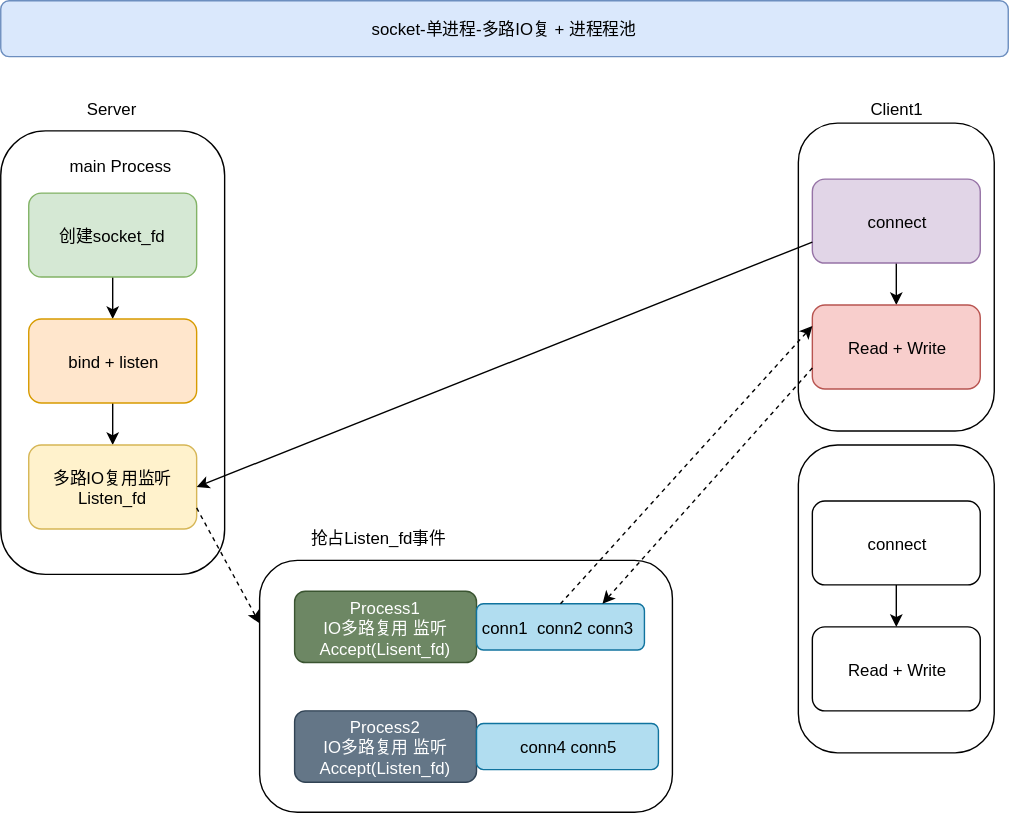
This is 12-面试/12-通用理论/images/socket-单线程IO多路 + 多进程池.svg from cd-home/Root, a draw.io export, as it was before one commit. Source tidied: cells renumbered, new cells last; positions are measured from the earlier drawing's top-left corner, leaving out a move shared by most shapes.
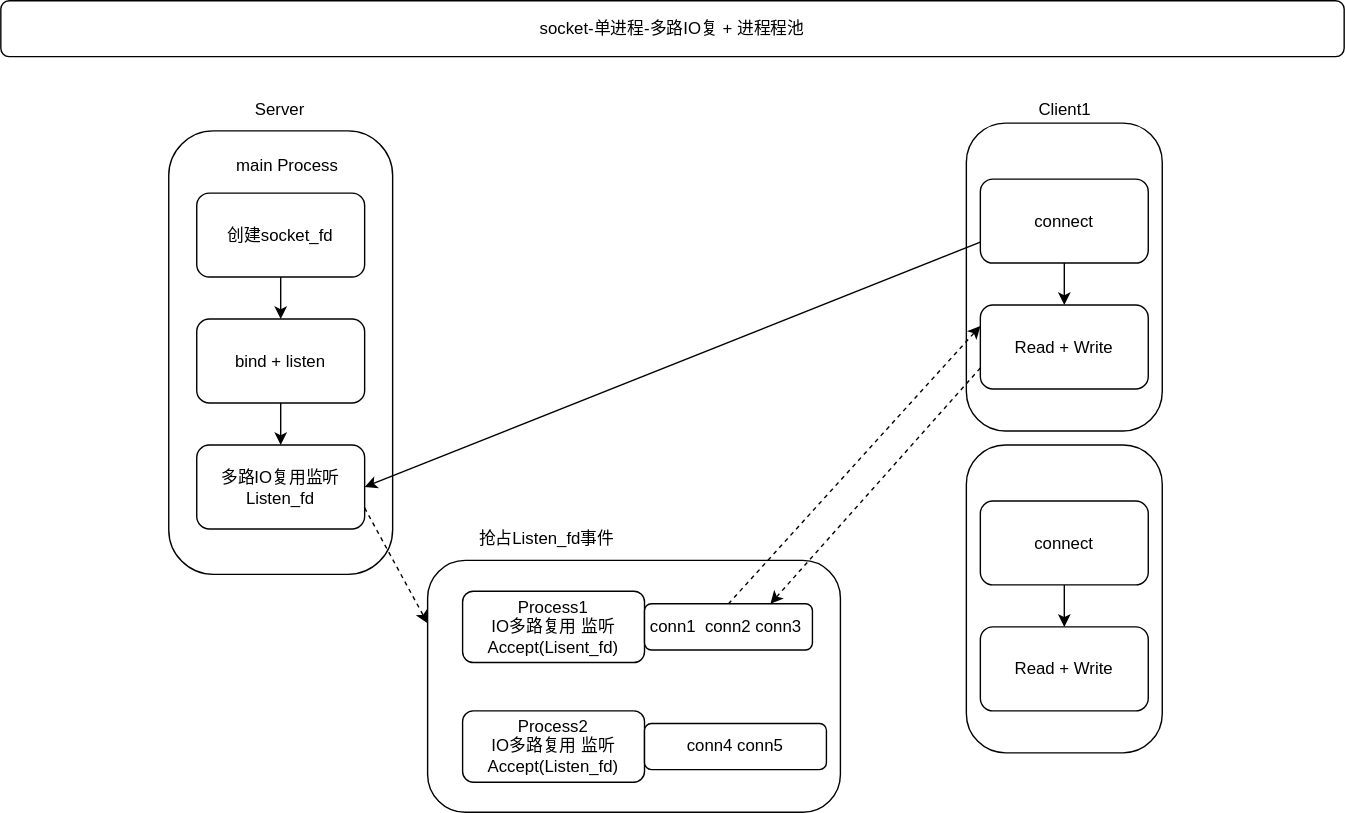
The same file after the commit.

Commit message:
😀🌴⭐🌎☀️🌈🌽: Socket Program

The edit, as a diff of the source:
```diff
@@ -2,8 +2,8 @@
   <root>
     <mxCell id="0" />
     <mxCell id="1" parent="0" />
-    <mxCell id="2" value="socket-单进程-多路IO复 + 进程程池" style="rounded=1;whiteSpace=wrap;html=1;fillColor=#dae8fc;strokeColor=#6c8ebf;" parent="1" vertex="1">
-      <mxGeometry width="720" height="40" as="geometry" />
+    <mxCell id="2" value="socket-单进程-多路IO复 + 进程程池" style="rounded=1;whiteSpace=wrap;html=1;" parent="1" vertex="1">
+      <mxGeometry x="-120" width="960" height="40" as="geometry" />
     </mxCell>
     <mxCell id="3" style="rounded=1;whiteSpace=wrap;html=1;arcSize=20;" parent="1" vertex="1">
       <mxGeometry y="93" width="160" height="317" as="geometry" />
@@ -11,16 +11,16 @@
     <mxCell id="4" style="edgeStyle=orthogonalEdgeStyle;rounded=0;jettySize=auto;html=1;" parent="1" edge="1" source="5" target="7">
       <mxGeometry relative="1" as="geometry" />
     </mxCell>
-    <mxCell id="5" value="创建socket_fd" style="rounded=1;whiteSpace=wrap;html=1;fillColor=#d5e8d4;strokeColor=#82b366;" parent="1" vertex="1">
+    <mxCell id="5" value="创建socket_fd" style="rounded=1;whiteSpace=wrap;html=1;" parent="1" vertex="1">
       <mxGeometry x="20" y="137.5" width="120" height="60" as="geometry" />
     </mxCell>
     <mxCell id="6" style="edgeStyle=orthogonalEdgeStyle;rounded=0;jettySize=auto;html=1;" parent="1" edge="1" source="7" target="8">
       <mxGeometry relative="1" as="geometry" />
     </mxCell>
-    <mxCell id="7" value="bind + listen" style="rounded=1;whiteSpace=wrap;html=1;fillColor=#ffe6cc;strokeColor=#d79b00;" parent="1" vertex="1">
+    <mxCell id="7" value="bind + listen" style="rounded=1;whiteSpace=wrap;html=1;" parent="1" vertex="1">
       <mxGeometry x="20" y="227.5" width="120" height="60" as="geometry" />
     </mxCell>
-    <mxCell id="8" value="多路IO复用监听 Listen_fd" style="rounded=1;whiteSpace=wrap;html=1;fillColor=#fff2cc;strokeColor=#d6b656;" parent="1" vertex="1">
+    <mxCell id="8" value="多路IO复用监听 Listen_fd" style="rounded=1;whiteSpace=wrap;html=1;" parent="1" vertex="1">
       <mxGeometry x="20" y="317.5" width="120" height="60" as="geometry" />
     </mxCell>
     <mxCell id="9" style="rounded=1;whiteSpace=wrap;html=1;arcSize=20;" parent="1" vertex="1">
@@ -29,10 +29,10 @@
     <mxCell id="10" style="edgeStyle=orthogonalEdgeStyle;rounded=0;jettySize=auto;html=1;" parent="1" edge="1" source="11" target="12">
       <mxGeometry relative="1" as="geometry" />
     </mxCell>
-    <mxCell id="11" value="connect" style="rounded=1;whiteSpace=wrap;html=1;fillColor=#e1d5e7;strokeColor=#9673a6;" parent="1" vertex="1">
+    <mxCell id="11" value="connect" style="rounded=1;whiteSpace=wrap;html=1;" parent="1" vertex="1">
       <mxGeometry x="580" y="127.5" width="120" height="60" as="geometry" />
     </mxCell>
-    <mxCell id="12" value="Read + Write" style="rounded=1;whiteSpace=wrap;html=1;fillColor=#f8cecc;strokeColor=#b85450;" parent="1" vertex="1">
+    <mxCell id="12" value="Read + Write" style="rounded=1;whiteSpace=wrap;html=1;" parent="1" vertex="1">
       <mxGeometry x="580" y="217.5" width="120" height="60" as="geometry" />
     </mxCell>
     <mxCell id="13" style="rounded=1;whiteSpace=wrap;html=1;arcSize=20;" parent="1" vertex="1">
@@ -66,19 +66,19 @@
         </Array>
       </mxGeometry>
     </mxCell>
-    <mxCell id="22" value="Process1&lt;br&gt;IO多路复用 监听&lt;br&gt;Accept(Lisent_fd)" style="rounded=1;whiteSpace=wrap;html=1;fillColor=#6d8764;strokeColor=#3A5431;fontColor=#ffffff;" parent="1" vertex="1">
+    <mxCell id="22" value="Process1&lt;br&gt;IO多路复用 监听&lt;br&gt;Accept(Lisent_fd)" style="rounded=1;whiteSpace=wrap;html=1;" parent="1" vertex="1">
       <mxGeometry x="210" y="422" width="130" height="51" as="geometry" />
     </mxCell>
-    <mxCell id="23" value="conn1&amp;nbsp; conn2 conn3&amp;nbsp;" style="rounded=1;whiteSpace=wrap;html=1;fillColor=#b1ddf0;strokeColor=#10739e;" parent="1" vertex="1">
+    <mxCell id="23" value="conn1&amp;nbsp; conn2 conn3&amp;nbsp;" style="rounded=1;whiteSpace=wrap;html=1;" parent="1" vertex="1">
       <mxGeometry x="340" y="431" width="120" height="33" as="geometry" />
     </mxCell>
     <mxCell id="24" style="endArrow=classic;html=1;dashed=1;exitX=1;exitY=0.75;exitDx=0;exitDy=0;entryX=0;entryY=0.25;entryDx=0;entryDy=0;" parent="1" edge="1" source="8" target="20">
       <mxGeometry relative="1" as="geometry" />
     </mxCell>
-    <mxCell id="25" value="Process2&lt;br&gt;IO多路复用 监听&lt;br&gt;Accept(Listen_fd)" style="rounded=1;whiteSpace=wrap;html=1;fillColor=#647687;strokeColor=#314354;fontColor=#ffffff;" parent="1" vertex="1">
+    <mxCell id="25" value="Process2&lt;br&gt;IO多路复用 监听&lt;br&gt;Accept(Listen_fd)" style="rounded=1;whiteSpace=wrap;html=1;" parent="1" vertex="1">
       <mxGeometry x="210" y="507.5" width="130" height="51" as="geometry" />
     </mxCell>
-    <mxCell id="26" value="conn4 conn5" style="rounded=1;whiteSpace=wrap;html=1;fillColor=#b1ddf0;strokeColor=#10739e;" parent="1" vertex="1">
+    <mxCell id="26" value="conn4 conn5" style="rounded=1;whiteSpace=wrap;html=1;" parent="1" vertex="1">
       <mxGeometry x="340" y="516.5" width="130" height="33" as="geometry" />
     </mxCell>
     <mxCell id="27" style="endArrow=classic;html=1;dashed=1;exitX=0.5;exitY=0;exitDx=0;exitDy=0;entryX=0;entryY=0.25;entryDx=0;entryDy=0;" parent="1" edge="1" source="23" target="12">
@@ -90,7 +90,7 @@
     <mxCell id="29" value="抢占Listen_fd事件" style="text;html=1;align=left;verticalAlign=top;spacingTop=-4;" parent="1" vertex="1">
       <mxGeometry x="220" y="375" width="110" height="20" as="geometry" />
     </mxCell>
-    <mxCell id="30" value="main Process" style="text;html=1;strokeColor=none;fillColor=none;align=center;verticalAlign=middle;whiteSpace=wrap;rounded=0;" parent="1" vertex="1">
+    <mxCell id="30" value="main Process" style="text;html=1;align=center;verticalAlign=middle;whiteSpace=wrap;rounded=0;" parent="1" vertex="1">
       <mxGeometry x="30" y="108" width="110" height="20" as="geometry" />
     </mxCell>
   </root>
```
